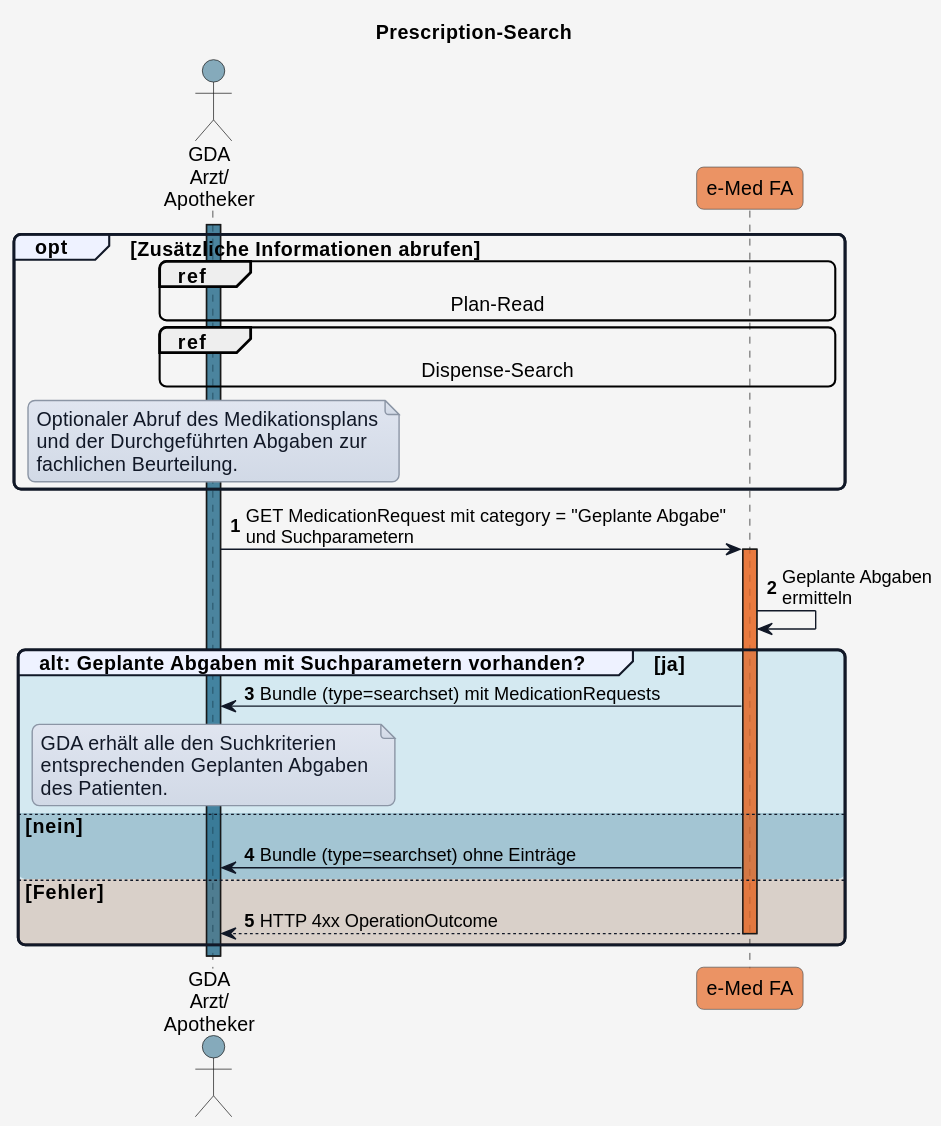
Earlier version of the PlantUML export input/images/plantuml/UC_eMed_07_01.svg (HL7Austria/ELGA-e-Medikation-R4).
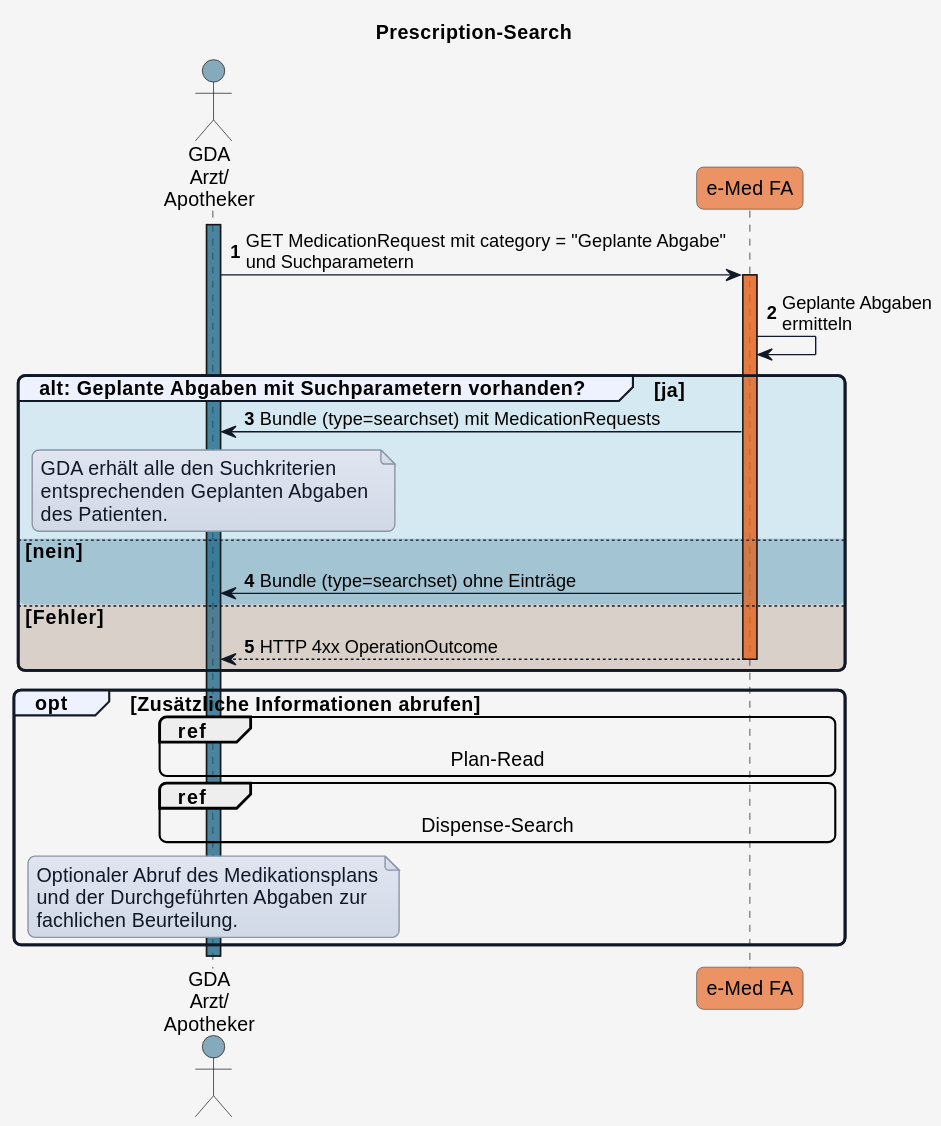
The same diagram one commit later.

Commit message:
Fix errors - Reihenfolge im plantuml geändert, damit Fokus auf Prescription-Search + Nummerierung zur Ablaufbeschreibung passend - Formatierung und Formulierung verbessert (inhaltlich keine Änderung)

Change to the diagram source:
```diff
@@ -54,23 +54,10 @@
 
 autonumber
 
-opt Zusätzliche Informationen abrufen
 
-    ref over GDA_1,eMed_FA
-    Plan-Read
-    end ref
 
-    ref over GDA_1,eMed_FA
-    Dispense-Search
-    end ref
 
-    note over GDA_1
-    Optionaler Abruf des Medikationsplans
-    und der Durchgeführten Abgaben zur
-    fachlichen Beurteilung.
-    end note
 
-end
 
 activate GDA_1 COLOR_GDA_1
 
@@ -98,4 +85,23 @@
   deactivate eMed_FA
 
 end
+
+
+opt Zusätzliche Informationen abrufen
+
+    ref over GDA_1,eMed_FA
+    Plan-Read
+    end ref
+
+    ref over GDA_1,eMed_FA
+    Dispense-Search
+    end ref
+
+    note over GDA_1
+    Optionaler Abruf des Medikationsplans
+    und der Durchgeführten Abgaben zur
+    fachlichen Beurteilung.
+    end note
+
+end
 @enduml
```
